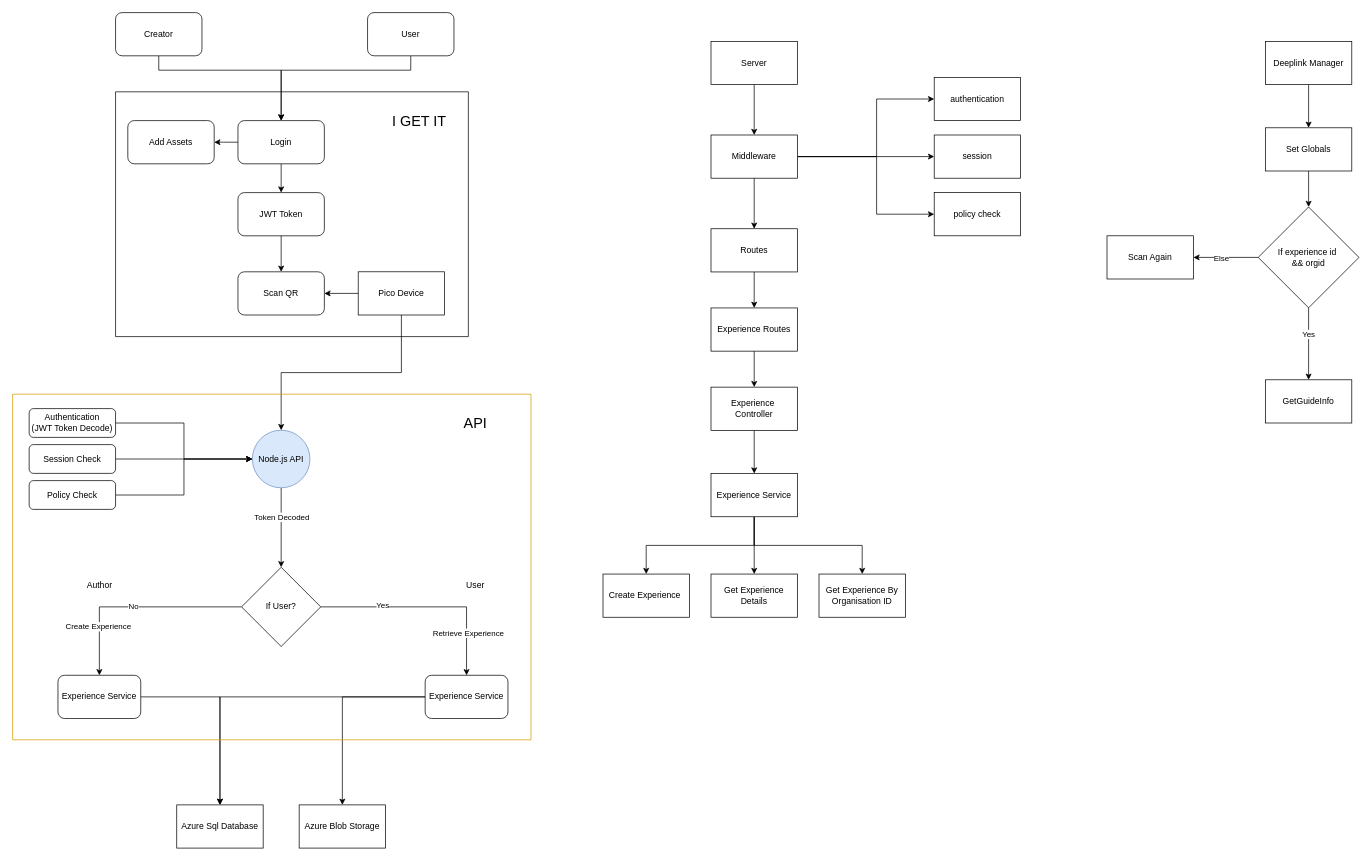
The draw.io diagram ARappflow.drawio in SohamPatkar/C-Projects, before the edit. Source tidied: cells renumbered, new cells numbered last; positions are measured from the earlier drawing's top-left corner, leaving out a move shared by most shapes. Both pictures are drawn from the tidied source at 72%, with x=0, y=0 at pixel (12, 12).
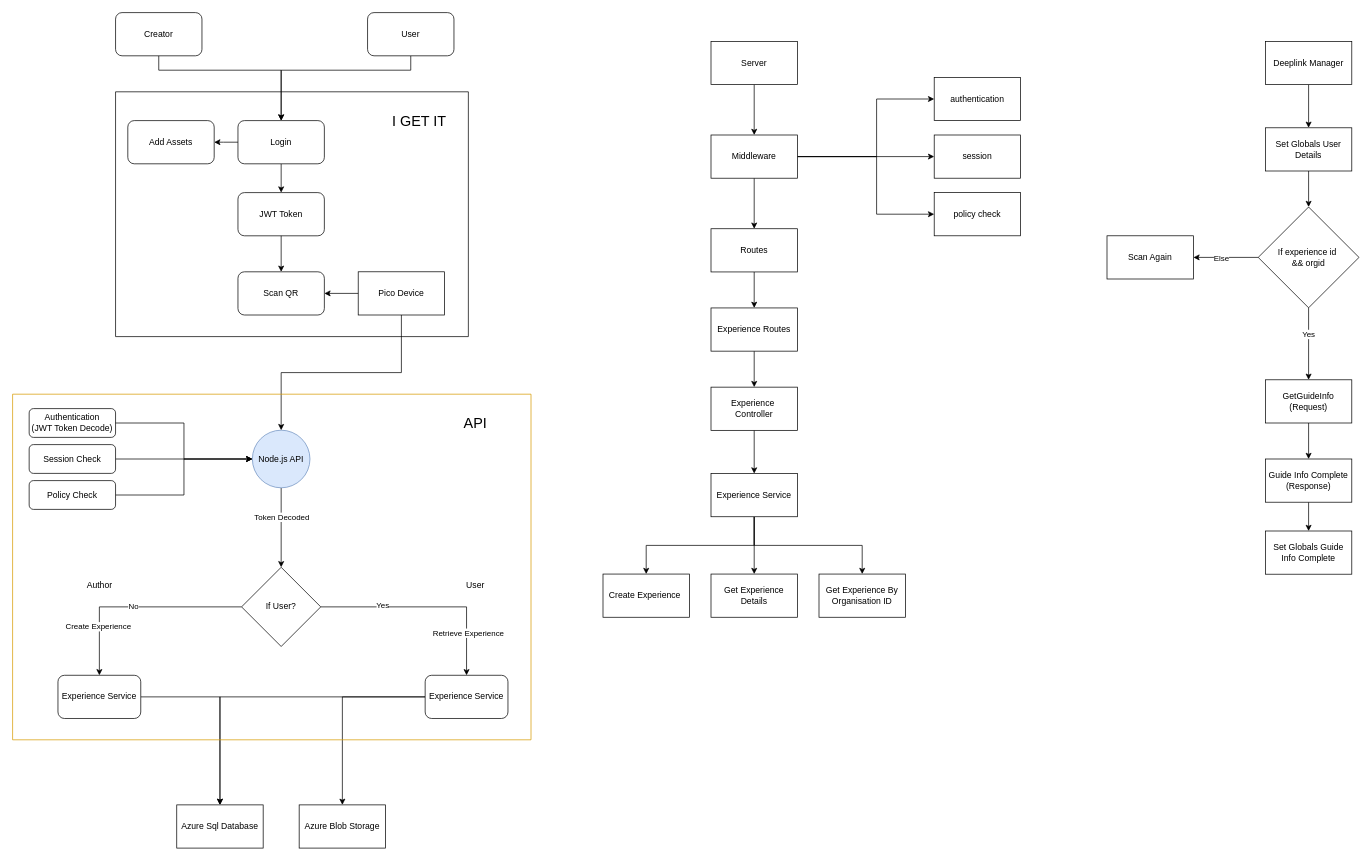
After the change.

Diff of the diagram source:
```diff
@@
+    <mxCell id="79" style="edgeStyle=orthogonalEdgeStyle;rounded=0;jettySize=auto;html=1;" parent="1" edge="1" source="70" target="81">
+      <mxGeometry relative="1" as="geometry" />
+    </mxCell>
-    <mxCell id="70" value="GetGuideInfo" style="rounded=0;whiteSpace=wrap;html=1;" parent="1" vertex="1">
+    <mxCell id="70" value="GetGuideInfo&lt;div&gt;(Request)&lt;/div&gt;" style="rounded=0;whiteSpace=wrap;html=1;" parent="1" vertex="1">
       <mxGeometry x="1740" y="510" width="120" height="60" as="geometry" />
     </mxCell>
@@
-    <mxCell id="72" value="Set Globals" style="rounded=0;whiteSpace=wrap;html=1;" parent="1" vertex="1">
+    <mxCell id="72" value="Set Globals User Details" style="rounded=0;whiteSpace=wrap;html=1;" parent="1" vertex="1">
       <mxGeometry x="1740" y="160" width="120" height="60" as="geometry" />
     </mxCell>
@@
+    <mxCell id="80" style="edgeStyle=orthogonalEdgeStyle;rounded=0;jettySize=auto;html=1;" parent="1" edge="1" source="81" target="82">
+      <mxGeometry relative="1" as="geometry" />
+    </mxCell>
+    <mxCell id="81" value="Guide Info Complete&lt;div&gt;(Response)&lt;/div&gt;" style="rounded=0;whiteSpace=wrap;html=1;" parent="1" vertex="1">
+      <mxGeometry x="1740" y="620" width="120" height="60" as="geometry" />
+    </mxCell>
+    <mxCell id="82" value="Set Globals Guide Info Complete" style="rounded=0;whiteSpace=wrap;html=1;" parent="1" vertex="1">
+      <mxGeometry x="1740" y="720" width="120" height="60" as="geometry" />
+    </mxCell>
```
